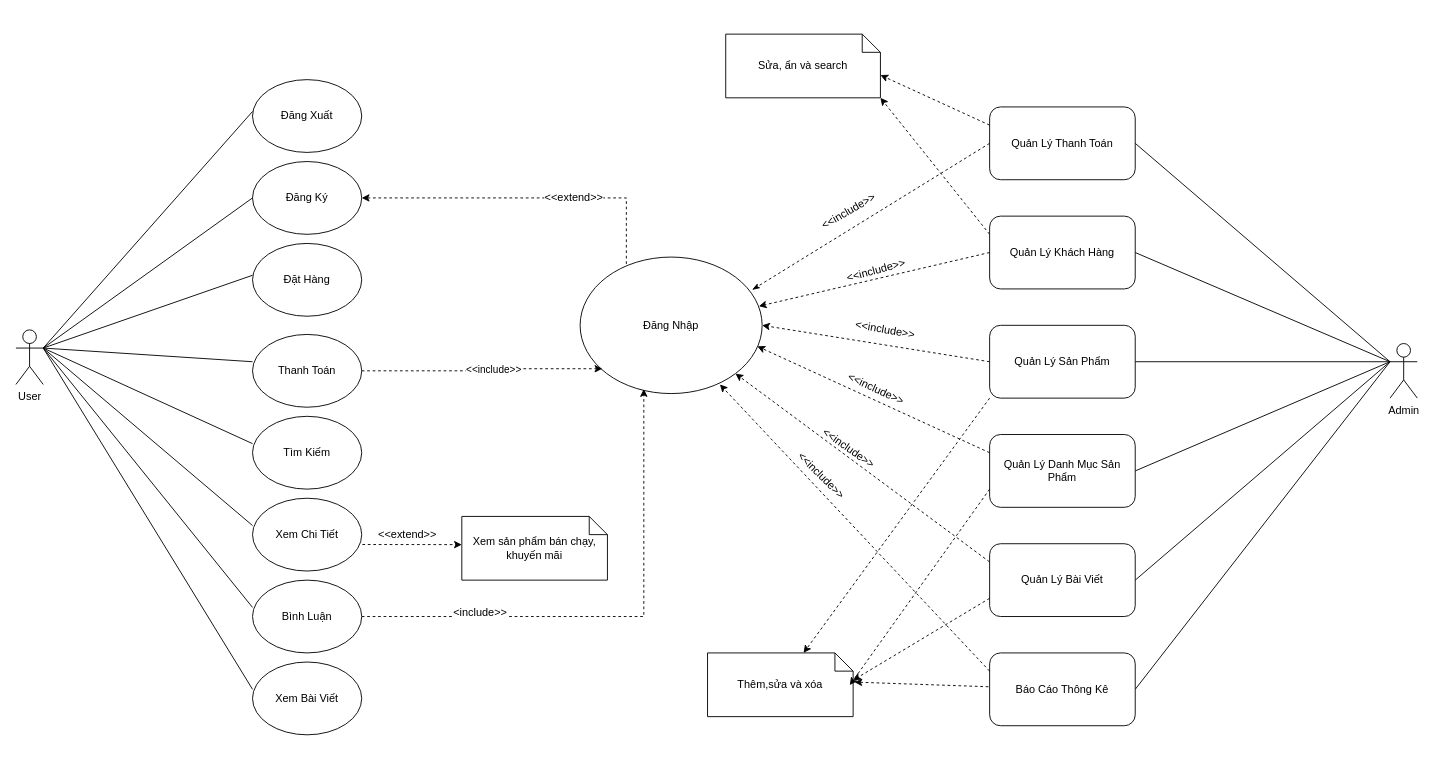
Blion00/Blion00 keeps this draw.io diagram as Use case.drawio. Above is the earlier version. Source tidied: cells renumbered, new cells numbered last; positions are measured from the earlier drawing's top-left corner, leaving out a move shared by most shapes. Both pictures are drawn from the tidied source at 91%, with x=0, y=0 at pixel (15, 34).
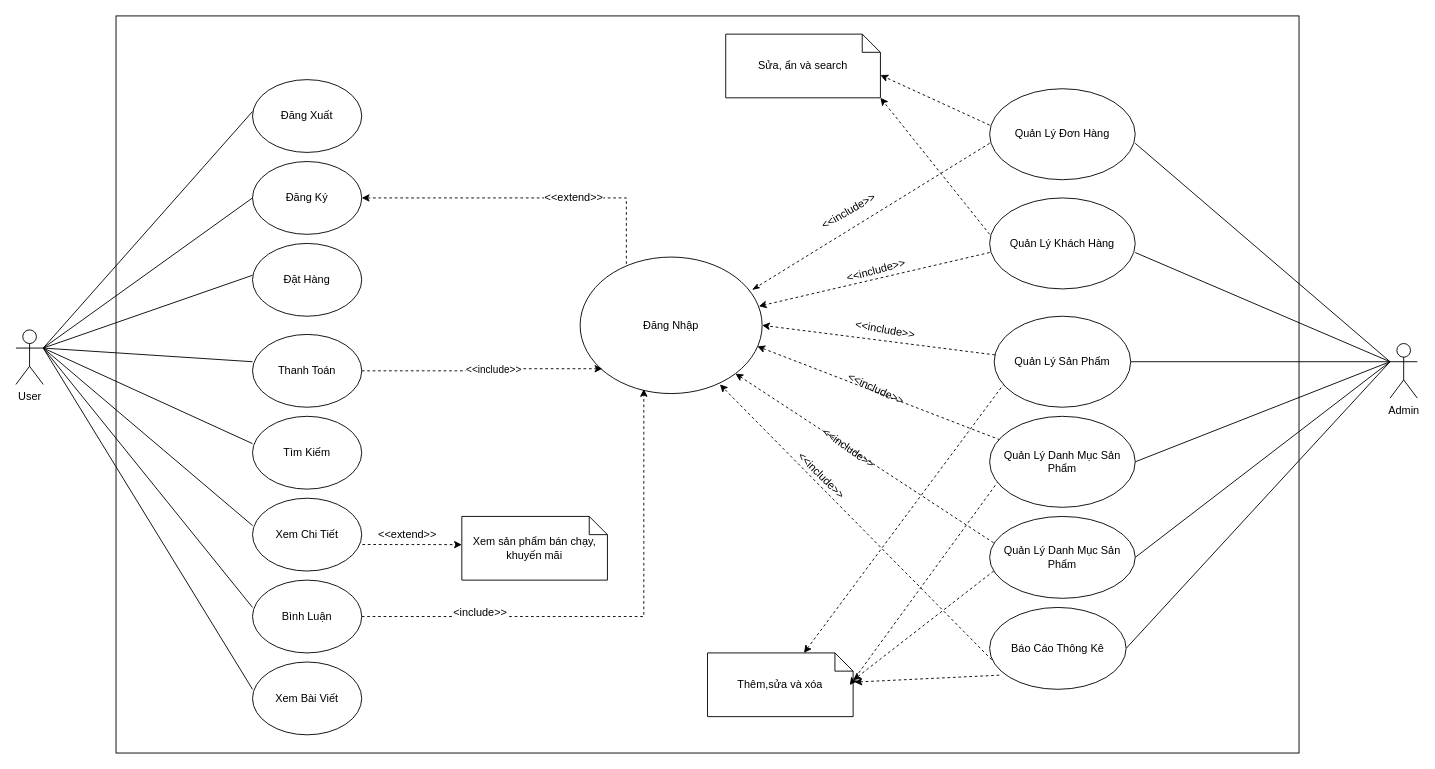
The same diagram, later.

Unchanged cells that the change refers to:
```xml
<mxCell id="12" value="Admin" style="shape=umlActor;verticalLabelPosition=bottom;verticalAlign=top;html=1;outlineConnect=0;" parent="1" vertex="1">
  <mxGeometry x="1510" y="340" width="30" height="60" as="geometry" />
</mxCell>
<mxCell id="17" value="Đăng Nhập" style="ellipse;whiteSpace=wrap;html=1;" parent="1" vertex="1">
  <mxGeometry x="620" y="245" width="200" height="150" as="geometry" />
</mxCell>
<mxCell id="28" value="&lt;font style=&quot;font-size: 12px;&quot;&gt;Sửa, ẩn và search&lt;/font&gt;" style="shape=note;size=20;whiteSpace=wrap;html=1;" parent="1" vertex="1">
  <mxGeometry x="780" width="170" height="70" as="geometry" />
</mxCell>
<mxCell id="30" value="&lt;font style=&quot;font-size: 12px;&quot;&gt;Thêm,sửa và xóa&lt;/font&gt;" style="shape=note;size=20;whiteSpace=wrap;html=1;" parent="1" vertex="1">
  <mxGeometry x="760" y="680" width="160" height="70" as="geometry" />
</mxCell>
```

Change to the diagram source:
```diff
@@
-    <mxCell id="6" style="rounded=0;jettySize=auto;html=1;exitX=0;exitY=0.3333333333333333;exitDx=0;exitDy=0;exitPerimeter=0;entryX=1;entryY=0.5;entryDx=0;entryDy=0;endArrow=none;endFill=0;" parent="1" edge="1" source="12" target="19">
-      <mxGeometry relative="1" as="geometry" />
+    <mxCell id="6" style="rounded=0;jettySize=auto;html=1;exitX=0;exitY=0.3333333333333333;exitDx=0;exitDy=0;exitPerimeter=0;entryX=1;entryY=0.5;entryDx=0;entryDy=0;endArrow=none;endFill=0;" parent="1" edge="1" source="12">
+      <mxGeometry relative="1" as="geometry">
+        <mxPoint x="1230" y="120" as="targetPoint" />
+      </mxGeometry>
     </mxCell>
-    <mxCell id="7" style="rounded=0;jettySize=auto;html=1;exitX=0;exitY=0.3333333333333333;exitDx=0;exitDy=0;exitPerimeter=0;entryX=1;entryY=0.5;entryDx=0;entryDy=0;endArrow=none;endFill=0;" parent="1" edge="1" source="12" target="21">
-      <mxGeometry relative="1" as="geometry" />
+    <mxCell id="7" style="rounded=0;jettySize=auto;html=1;exitX=0;exitY=0.3333333333333333;exitDx=0;exitDy=0;exitPerimeter=0;entryX=1;entryY=0.5;entryDx=0;entryDy=0;endArrow=none;endFill=0;" parent="1" edge="1" source="12">
+      <mxGeometry relative="1" as="geometry">
+        <mxPoint x="1230" y="240" as="targetPoint" />
+      </mxGeometry>
     </mxCell>
-    <mxCell id="8" style="rounded=0;jettySize=auto;html=1;exitX=0;exitY=0.3333333333333333;exitDx=0;exitDy=0;exitPerimeter=0;endArrow=none;endFill=0;" parent="1" edge="1" source="12" target="24">
+    <mxCell id="8" style="rounded=0;jettySize=auto;html=1;exitX=0;exitY=0.3333333333333333;exitDx=0;exitDy=0;exitPerimeter=0;endArrow=none;endFill=0;entryX=1;entryY=0.5;entryDx=0;entryDy=0;" parent="1" edge="1" source="12" target="24">
       <mxGeometry relative="1" as="geometry" />
     </mxCell>
-    <mxCell id="9" style="rounded=0;jettySize=auto;html=1;entryX=1;entryY=0.5;entryDx=0;entryDy=0;endArrow=none;endFill=0;" parent="1" edge="1" target="25">
+    <mxCell id="9" style="rounded=0;jettySize=auto;html=1;entryX=1;entryY=0.5;entryDx=0;entryDy=0;endArrow=none;endFill=0;" parent="1" edge="1" target="63">
       <mxGeometry relative="1" as="geometry">
         <mxPoint x="1510" y="360" as="sourcePoint" />
       </mxGeometry>
     </mxCell>
-    <mxCell id="10" style="rounded=0;jettySize=auto;html=1;exitX=0;exitY=0.3333333333333333;exitDx=0;exitDy=0;exitPerimeter=0;entryX=1;entryY=0.5;entryDx=0;entryDy=0;endArrow=none;endFill=0;" parent="1" edge="1" source="12" target="27">
+    <mxCell id="10" style="rounded=0;jettySize=auto;html=1;exitX=0;exitY=0.3333333333333333;exitDx=0;exitDy=0;exitPerimeter=0;entryX=1;entryY=0.5;entryDx=0;entryDy=0;endArrow=none;endFill=0;" parent="1" edge="1" source="12" target="64">
       <mxGeometry relative="1" as="geometry" />
     </mxCell>
@@
-    <mxCell id="18" style="rounded=0;jettySize=auto;html=1;exitX=0;exitY=0.5;exitDx=0;exitDy=0;entryX=0.945;entryY=0.24;entryDx=0;entryDy=0;dashed=1;endArrow=classicThin;endFill=1;entryPerimeter=0;" parent="1" edge="1" source="19" target="17">
-      <mxGeometry relative="1" as="geometry" />
+    <mxCell id="18" style="rounded=0;jettySize=auto;html=1;exitX=0;exitY=0.5;exitDx=0;exitDy=0;entryX=0.945;entryY=0.24;entryDx=0;entryDy=0;dashed=1;endArrow=classicThin;endFill=1;entryPerimeter=0;" parent="1" edge="1" target="17">
+      <mxGeometry relative="1" as="geometry">
+        <mxPoint x="1070" y="120" as="sourcePoint" />
+      </mxGeometry>
     </mxCell>
-    <mxCell id="19" value="Quản Lý Thanh Toán" style="rounded=1;whiteSpace=wrap;html=1;" parent="1" vertex="1">
-      <mxGeometry x="1070" y="80" width="160" height="80" as="geometry" />
-    </mxCell>
-    <mxCell id="20" style="rounded=0;jettySize=auto;html=1;exitX=0;exitY=0.25;exitDx=0;exitDy=0;dashed=1;endArrow=classic;endFill=1;entryX=1;entryY=1;entryDx=0;entryDy=0;entryPerimeter=0;" parent="1" edge="1" source="21" target="28">
-      <mxGeometry relative="1" as="geometry" />
+    <mxCell id="20" style="rounded=0;jettySize=auto;html=1;exitX=0;exitY=0.25;exitDx=0;exitDy=0;dashed=1;endArrow=classic;endFill=1;entryX=1;entryY=1;entryDx=0;entryDy=0;entryPerimeter=0;" parent="1" edge="1" target="28">
+      <mxGeometry relative="1" as="geometry">
+        <mxPoint x="1070" y="220" as="sourcePoint" />
+      </mxGeometry>
     </mxCell>
-    <mxCell id="21" value="Quản Lý Khách Hàng" style="rounded=1;whiteSpace=wrap;html=1;" parent="1" vertex="1">
-      <mxGeometry x="1070" y="200" width="160" height="80" as="geometry" />
-    </mxCell>
-    <mxCell id="22" style="rounded=0;jettySize=auto;html=1;exitX=0;exitY=0.5;exitDx=0;exitDy=0;endArrow=classic;endFill=1;dashed=1;entryX=1;entryY=0.5;entryDx=0;entryDy=0;" parent="1" edge="1" source="24" target="17">
+    <mxCell id="22" style="rounded=0;jettySize=auto;html=1;exitX=0.006;exitY=0.425;exitDx=0;exitDy=0;endArrow=classic;endFill=1;dashed=1;entryX=1;entryY=0.5;entryDx=0;entryDy=0;exitPerimeter=0;" parent="1" edge="1" source="24" target="17">
       <mxGeometry relative="1" as="geometry" />
     </mxCell>
-    <mxCell id="23" style="rounded=0;jettySize=auto;html=1;exitX=0;exitY=1;exitDx=0;exitDy=0;dashed=1;" parent="1" edge="1" source="24" target="30">
+    <mxCell id="23" style="rounded=0;jettySize=auto;html=1;exitX=0.075;exitY=0.737;exitDx=0;exitDy=0;dashed=1;exitPerimeter=0;" parent="1" edge="1" source="24" target="30">
       <mxGeometry relative="1" as="geometry" />
     </mxCell>
-    <mxCell id="24" value="Quản Lý Sản Phẩm" style="rounded=1;whiteSpace=wrap;html=1;" parent="1" vertex="1">
-      <mxGeometry x="1070" y="320" width="160" height="80" as="geometry" />
-    </mxCell>
-    <mxCell id="25" value="Quản Lý Danh Mục Sản Phẩm" style="rounded=1;whiteSpace=wrap;html=1;" parent="1" vertex="1">
-      <mxGeometry x="1070" y="440" width="160" height="80" as="geometry" />
-    </mxCell>
-    <mxCell id="26" style="rounded=0;jettySize=auto;html=1;exitX=0;exitY=0.25;exitDx=0;exitDy=0;entryX=1;entryY=1;entryDx=0;entryDy=0;dashed=1;endArrow=classic;endFill=1;" parent="1" edge="1" source="27" target="17">
+    <mxCell id="26" style="rounded=0;jettySize=auto;html=1;exitX=0.028;exitY=0.323;exitDx=0;exitDy=0;entryX=1;entryY=1;entryDx=0;entryDy=0;dashed=1;endArrow=classic;endFill=1;exitPerimeter=0;" parent="1" edge="1" source="64" target="17">
       <mxGeometry relative="1" as="geometry" />
     </mxCell>
-    <mxCell id="27" value="Quản Lý Bài Viết" style="rounded=1;whiteSpace=wrap;html=1;" parent="1" vertex="1">
-      <mxGeometry x="1070" y="560" width="160" height="80" as="geometry" />
-    </mxCell>
@@
-    <mxCell id="29" style="rounded=0;jettySize=auto;html=1;exitX=1.009;exitY=0.458;exitDx=0;exitDy=0;exitPerimeter=0;dashed=1;endArrow=none;endFill=0;startArrow=classic;startFill=1;" parent="1" edge="1" source="30" target="41">
+    <mxCell id="29" style="rounded=0;jettySize=auto;html=1;exitX=1.009;exitY=0.458;exitDx=0;exitDy=0;exitPerimeter=0;dashed=1;endArrow=none;endFill=0;startArrow=classic;startFill=1;entryX=0.09;entryY=0.826;entryDx=0;entryDy=0;entryPerimeter=0;" parent="1" edge="1" source="30" target="41">
       <mxGeometry relative="1" as="geometry" />
     </mxCell>
@@
-    <mxCell id="31" style="rounded=0;jettySize=auto;html=1;exitX=0;exitY=0.25;exitDx=0;exitDy=0;entryX=0;entryY=0;entryDx=170;entryDy=45;entryPerimeter=0;endArrow=classic;endFill=1;dashed=1;" parent="1" edge="1" source="19" target="28">
-      <mxGeometry relative="1" as="geometry" />
+    <mxCell id="31" style="rounded=0;jettySize=auto;html=1;exitX=0;exitY=0.25;exitDx=0;exitDy=0;entryX=0;entryY=0;entryDx=170;entryDy=45;entryPerimeter=0;endArrow=classic;endFill=1;dashed=1;" parent="1" edge="1" target="28">
+      <mxGeometry relative="1" as="geometry">
+        <mxPoint x="1070" y="100" as="sourcePoint" />
+      </mxGeometry>
     </mxCell>
-    <mxCell id="32" style="rounded=0;jettySize=auto;html=1;exitX=0;exitY=0.5;exitDx=0;exitDy=0;entryX=0.982;entryY=0.36;entryDx=0;entryDy=0;entryPerimeter=0;endArrow=classic;endFill=1;dashed=1;" parent="1" edge="1" source="21" target="17">
-      <mxGeometry relative="1" as="geometry" />
+    <mxCell id="32" style="rounded=0;jettySize=auto;html=1;exitX=0;exitY=0.5;exitDx=0;exitDy=0;entryX=0.982;entryY=0.36;entryDx=0;entryDy=0;entryPerimeter=0;endArrow=classic;endFill=1;dashed=1;" parent="1" edge="1" target="17">
+      <mxGeometry relative="1" as="geometry">
+        <mxPoint x="1070" y="240" as="sourcePoint" />
+      </mxGeometry>
     </mxCell>
-    <mxCell id="33" style="rounded=0;jettySize=auto;html=1;exitX=0;exitY=0.75;exitDx=0;exitDy=0;endArrow=classic;endFill=1;dashed=1;" parent="1" edge="1" source="27">
+    <mxCell id="33" style="rounded=0;jettySize=auto;html=1;exitX=0.028;exitY=0.667;exitDx=0;exitDy=0;endArrow=classic;endFill=1;dashed=1;exitPerimeter=0;" parent="1" edge="1" source="64">
       <mxGeometry relative="1" as="geometry">
         <mxPoint x="920" y="710" as="targetPoint" />
       </mxGeometry>
     </mxCell>
-    <mxCell id="34" style="rounded=0;jettySize=auto;html=1;exitX=0;exitY=0.75;exitDx=0;exitDy=0;entryX=0.977;entryY=0.506;entryDx=0;entryDy=0;entryPerimeter=0;endArrow=classic;endFill=1;dashed=1;" parent="1" edge="1" source="25" target="30">
+    <mxCell id="34" style="rounded=0;jettySize=auto;html=1;exitX=0.061;exitY=0.71;exitDx=0;exitDy=0;entryX=0.977;entryY=0.506;entryDx=0;entryDy=0;entryPerimeter=0;endArrow=classic;endFill=1;dashed=1;exitPerimeter=0;" parent="1" edge="1" source="63" target="30">
       <mxGeometry relative="1" as="geometry" />
     </mxCell>
-    <mxCell id="35" style="rounded=0;jettySize=auto;html=1;exitX=0;exitY=0.25;exitDx=0;exitDy=0;entryX=0.974;entryY=0.654;entryDx=0;entryDy=0;entryPerimeter=0;dashed=1;endArrow=classic;endFill=1;" parent="1" edge="1" source="25" target="17">
+    <mxCell id="35" style="rounded=0;jettySize=auto;html=1;exitX=0.072;exitY=0.259;exitDx=0;exitDy=0;entryX=0.974;entryY=0.654;entryDx=0;entryDy=0;entryPerimeter=0;dashed=1;endArrow=classic;endFill=1;exitPerimeter=0;" parent="1" edge="1" source="63" target="17">
       <mxGeometry relative="1" as="geometry" />
     </mxCell>
@@
-    <mxCell id="41" value="Báo Cáo Thông Kê" style="rounded=1;whiteSpace=wrap;html=1;" parent="1" vertex="1">
-      <mxGeometry x="1070" y="680" width="160" height="80" as="geometry" />
-    </mxCell>
-    <mxCell id="42" style="rounded=0;jettySize=auto;html=1;exitX=0;exitY=0.25;exitDx=0;exitDy=0;entryX=0.768;entryY=0.933;entryDx=0;entryDy=0;entryPerimeter=0;endArrow=classic;endFill=1;dashed=1;" parent="1" edge="1" source="41" target="17">
+    <mxCell id="42" style="rounded=0;jettySize=auto;html=1;exitX=0.015;exitY=0.639;exitDx=0;exitDy=0;entryX=0.768;entryY=0.933;entryDx=0;entryDy=0;entryPerimeter=0;endArrow=classic;endFill=1;dashed=1;exitPerimeter=0;" parent="1" edge="1" source="41" target="17">
       <mxGeometry relative="1" as="geometry" />
     </mxCell>
@@
+    <mxCell id="62" value="Quản Lý Đơn Hàng" style="ellipse;whiteSpace=wrap;html=1;" parent="1" vertex="1">
+      <mxGeometry x="1070" y="60" width="160" height="100" as="geometry" />
+    </mxCell>
+    <mxCell id="21" value="Quản Lý Khách Hàng" style="ellipse;whiteSpace=wrap;html=1;" parent="1" vertex="1">
+      <mxGeometry x="1070" y="180" width="160" height="100" as="geometry" />
+    </mxCell>
+    <mxCell id="24" value="Quản Lý Sản Phẩm" style="ellipse;whiteSpace=wrap;html=1;" parent="1" vertex="1">
+      <mxGeometry x="1075" y="310" width="150" height="100" as="geometry" />
+    </mxCell>
+    <mxCell id="63" value="Quản Lý Danh Mục Sản Phẩm" style="ellipse;whiteSpace=wrap;html=1;" parent="1" vertex="1">
+      <mxGeometry x="1070" y="420" width="160" height="100" as="geometry" />
+    </mxCell>
+    <mxCell id="64" value="Quản Lý Danh Mục Sản Phẩm" style="ellipse;whiteSpace=wrap;html=1;" parent="1" vertex="1">
+      <mxGeometry x="1070" y="530" width="160" height="90" as="geometry" />
+    </mxCell>
+    <mxCell id="41" value="Báo Cáo Thông Kê" style="ellipse;whiteSpace=wrap;html=1;" parent="1" vertex="1">
+      <mxGeometry x="1070" y="630" width="150" height="90" as="geometry" />
+    </mxCell>
+    <mxCell id="65" style="rounded=0;whiteSpace=wrap;html=1;fillColor=none;" parent="1" vertex="1">
+      <mxGeometry x="110" y="-20" width="1300" height="810" as="geometry" />
+    </mxCell>
```
